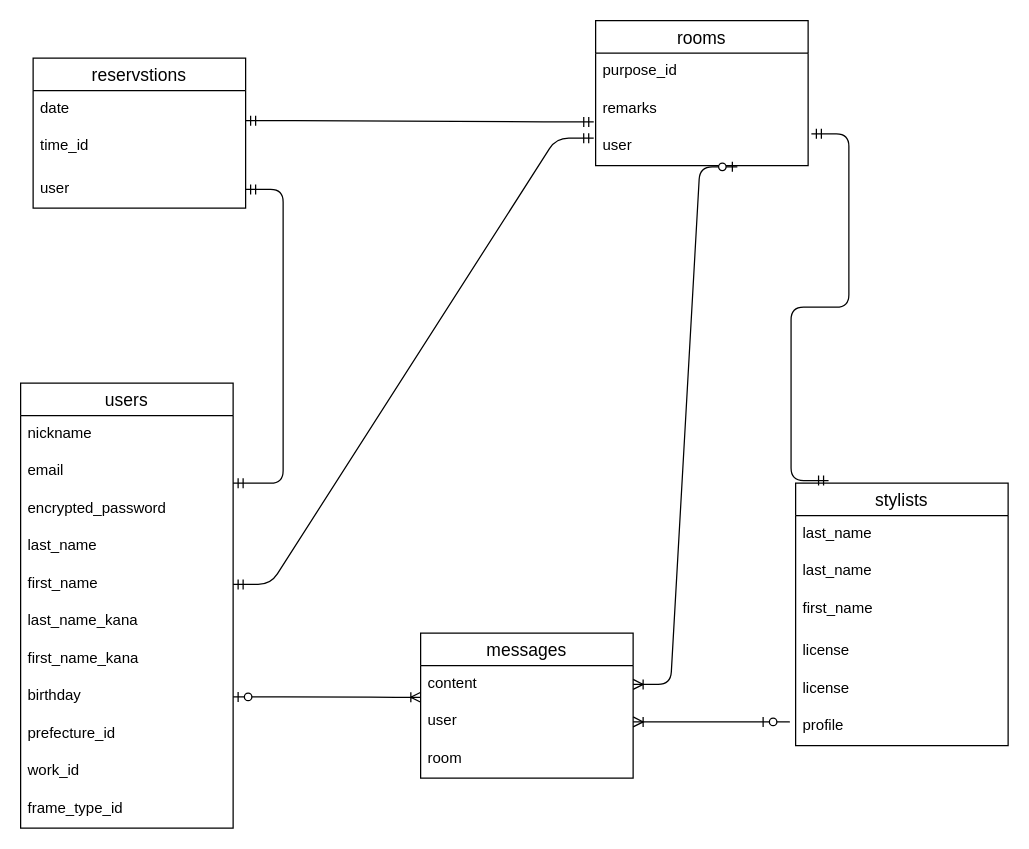
rikako-yurino/Connect-Stylist keeps this draw.io diagram as er.dio. Above is the earlier version. Source tidied: cells renumbered, new cells numbered last; positions are measured from the earlier drawing's top-left corner, leaving out a move shared by most shapes. Both pictures are drawn from the tidied source at 125%, with x=0, y=0 at pixel (20, 20).
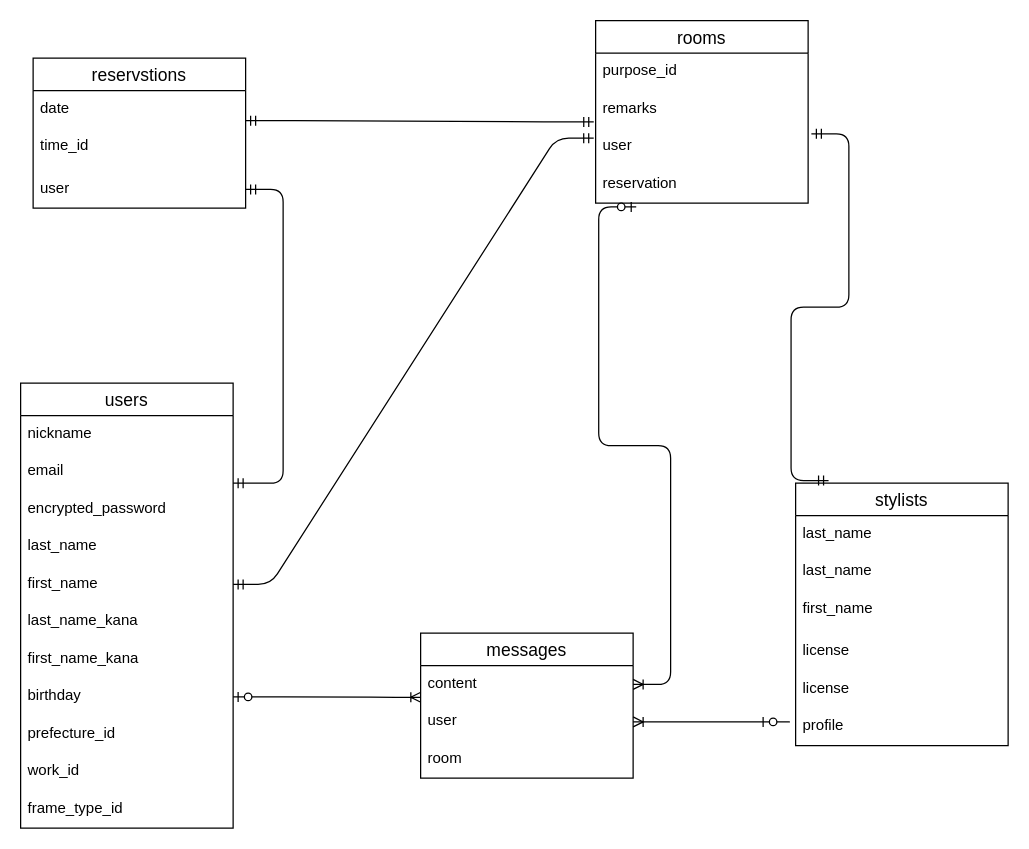
The same diagram, later.

The change refers to these unchanged cells:
```xml
<mxCell id="17" value="user" style="text;strokeColor=none;fillColor=none;spacingLeft=4;spacingRight=4;overflow=hidden;points=[[0,0.5],[1,0.5]];portConstraint=eastwest;fontSize=12;" parent="14" vertex="1">
  <mxGeometry y="86" width="170" height="30" as="geometry" />
</mxCell>
<mxCell id="19" value="content" style="text;strokeColor=none;fillColor=none;spacingLeft=4;spacingRight=4;overflow=hidden;points=[[0,0.5],[1,0.5]];portConstraint=eastwest;fontSize=12;" parent="18" vertex="1">
  <mxGeometry y="26" width="170" height="30" as="geometry" />
</mxCell>
```

Diff of the diagram source:
```diff
@@
     <mxCell id="14" value="rooms" style="swimlane;fontStyle=0;horizontal=1;startSize=26;align=center;fontSize=14;" parent="1" vertex="1">
-      <mxGeometry x="460" width="170" height="116" as="geometry" />
+      <mxGeometry x="460" width="170" height="146" as="geometry" />
     </mxCell>
@@
+    <mxCell id="40" value="reservation" style="text;strokeColor=none;fillColor=none;spacingLeft=4;spacingRight=4;overflow=hidden;points=[[0,0.5],[1,0.5]];portConstraint=eastwest;fontSize=12;" parent="14" vertex="1">
+      <mxGeometry y="116" width="170" height="30" as="geometry" />
+    </mxCell>
@@
-    <mxCell id="22" style="edgeStyle=entityRelationEdgeStyle;fontSize=12;html=1;endArrow=ERoneToMany;startArrow=ERzeroToOne;exitX=0.667;exitY=1.033;exitDx=0;exitDy=0;exitPerimeter=0;entryX=1;entryY=0.5;entryDx=0;entryDy=0;" parent="1" edge="1" source="17" target="19">
+    <mxCell id="22" style="edgeStyle=entityRelationEdgeStyle;fontSize=12;html=1;endArrow=ERoneToMany;startArrow=ERzeroToOne;exitX=0.191;exitY=1.1;exitDx=0;exitDy=0;exitPerimeter=0;entryX=1;entryY=0.5;entryDx=0;entryDy=0;" parent="1" edge="1" source="40" target="19">
       <mxGeometry relative="1" as="geometry" />
     </mxCell>
```
